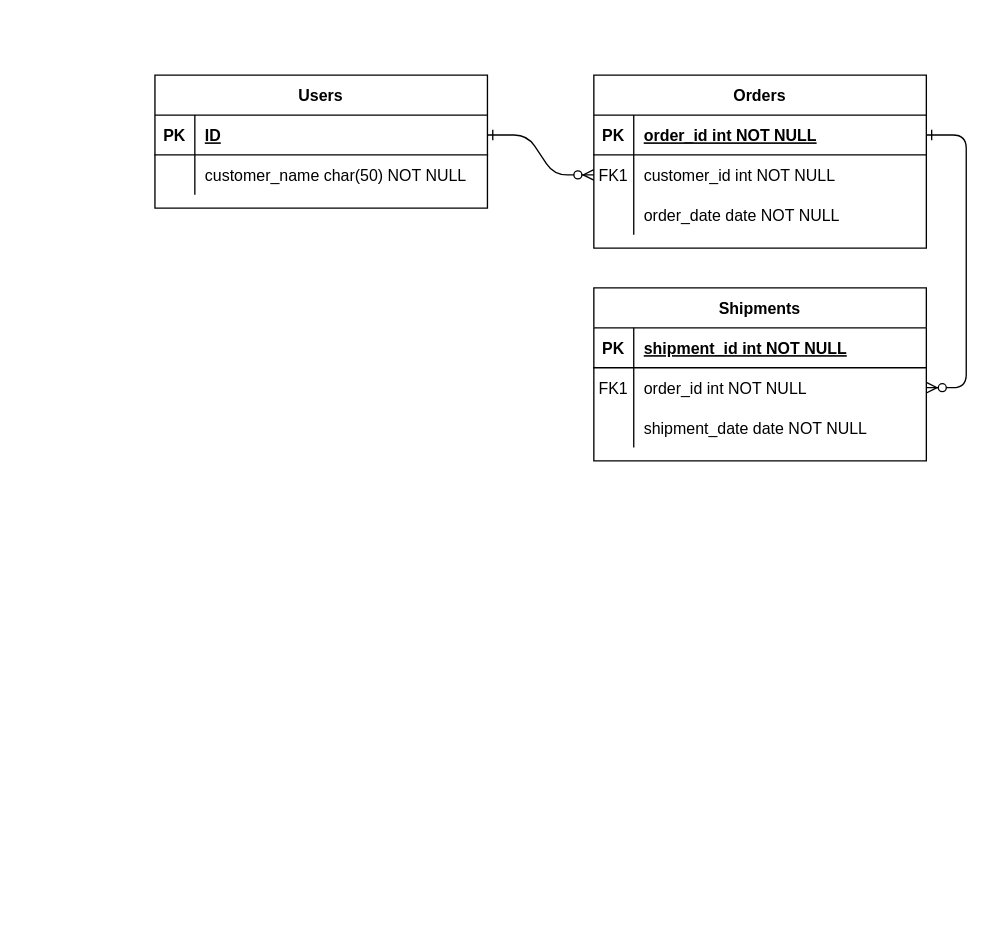
Above: ER.drawio in MaTTalv001/Student_Profile (draw.io), before the change. Source tidied: cells renumbered, new cells numbered last; positions are measured from the earlier drawing's top-left corner, leaving out a move shared by most shapes. Both pictures are drawn from the tidied source at 133%, with x=0, y=0 at pixel (154, 74).
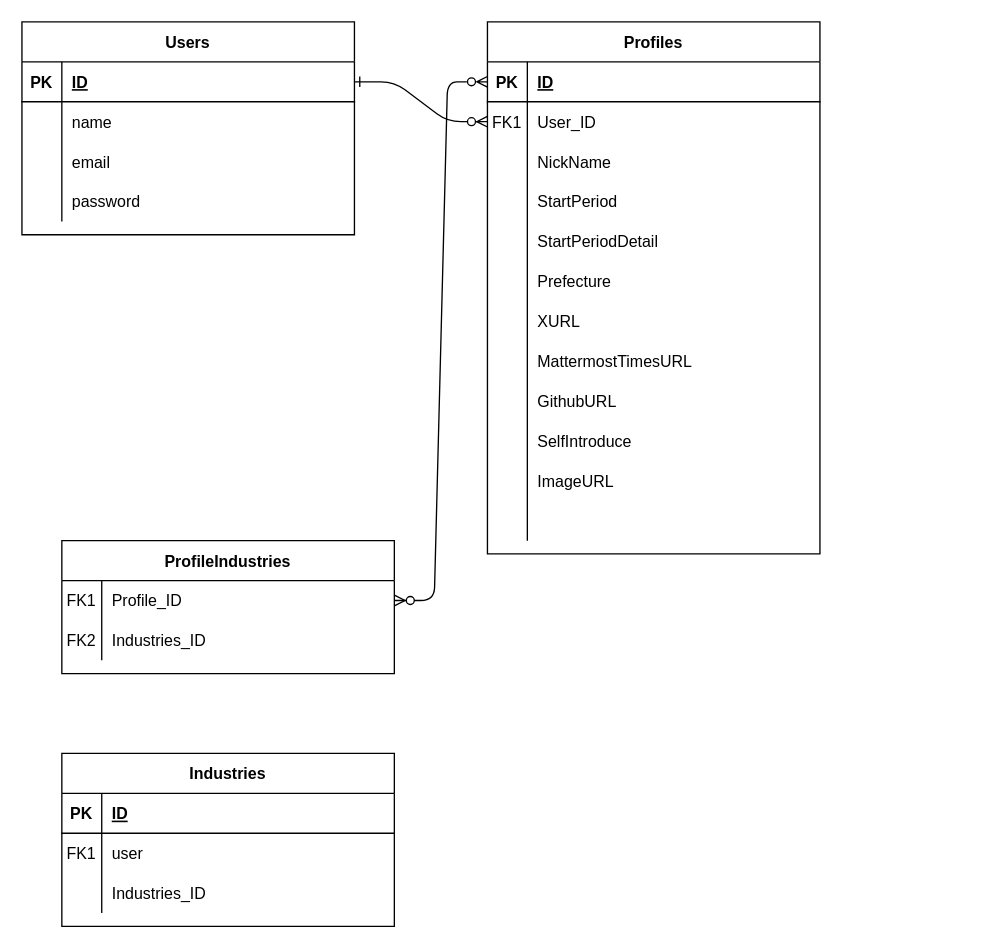
The same page after the edit.

Unchanged cells that the change refers to:
```xml
<mxCell id="5" style="shape=partialRectangle;fillColor=none;points=[[0,0.5],[1,0.5]];portConstraint=eastwest;top=0;left=0;right=0;bottom=1;" parent="4" vertex="1">
  <mxGeometry y="30" width="250" height="30" as="geometry" />
</mxCell>
<mxCell id="8" style="shape=partialRectangle;fillColor=none;points=[[0,0.5],[1,0.5]];portConstraint=eastwest;top=0;left=0;right=0;bottom=0;" parent="4" vertex="1">
  <mxGeometry y="60" width="250" height="30" as="geometry" />
</mxCell>
<mxCell id="11" style="shape=partialRectangle;fillColor=none;top=0;left=0;right=0;bottom=0;" parent="4" vertex="1">
  <mxGeometry y="90" width="250" height="30" as="geometry" />
</mxCell>
<mxCell id="28" style="shape=partialRectangle;fillColor=none;top=0;left=0;right=0;bottom=0;" parent="24" vertex="1">
  <mxGeometry y="60" width="250" height="30" as="geometry" />
</mxCell>
```

What changed in the source:
```diff
@@
-    <mxCell id="3" style="edgeStyle=entityRelationEdgeStyle;endArrow=ERzeroToMany;startArrow=ERone;endFill=1;startFill=0;" parent="1" edge="1" source="5" target="18">
+    <mxCell id="3" style="edgeStyle=entityRelationEdgeStyle;endArrow=ERzeroToMany;startArrow=ERzeroToMany;endFill=1;startFill=0;exitX=0;exitY=0.5;exitDx=0;exitDy=0;" parent="1" edge="1" source="5" target="18">
       <mxGeometry relative="1" as="geometry" />
     </mxCell>
-    <mxCell id="4" value="Orders" style="shape=table;startSize=30;childLayout=tableLayout;rowLines=0;fontStyle=1;align=center;" parent="1" vertex="1">
-      <mxGeometry x="330" width="250" height="130" as="geometry" />
+    <mxCell id="4" value="Profiles" style="shape=table;startSize=30;childLayout=tableLayout;rowLines=0;fontStyle=1;align=center;" parent="1" vertex="1">
+      <mxGeometry x="250" y="-40" width="250" height="400" as="geometry" />
     </mxCell>
@@
-    <mxCell id="7" value="order_id int NOT NULL " style="shape=partialRectangle;overflow=hidden;fillColor=none;top=0;left=0;bottom=0;right=0;align=left;spacingLeft=6;fontStyle=5;" parent="5" vertex="1">
+    <mxCell id="7" value="ID" style="shape=partialRectangle;overflow=hidden;fillColor=none;top=0;left=0;bottom=0;right=0;align=left;spacingLeft=6;fontStyle=5;" parent="5" vertex="1">
       <mxGeometry x="30" width="220" height="30" as="geometry" />
     </mxCell>
@@
-    <mxCell id="10" value="customer_id int NOT NULL" style="shape=partialRectangle;overflow=hidden;fillColor=none;top=0;left=0;bottom=0;right=0;align=left;spacingLeft=6;" parent="8" vertex="1">
+    <mxCell id="10" value="User_ID" style="shape=partialRectangle;overflow=hidden;fillColor=none;top=0;left=0;bottom=0;right=0;align=left;spacingLeft=6;" parent="8" vertex="1">
       <mxGeometry x="30" width="220" height="30" as="geometry" />
     </mxCell>
@@
-    <mxCell id="13" value="order_date date NOT NULL" style="shape=partialRectangle;overflow=hidden;fillColor=none;top=0;left=0;bottom=0;right=0;align=left;spacingLeft=6;" parent="11" vertex="1">
+    <mxCell id="13" value="NickName" style="shape=partialRectangle;overflow=hidden;fillColor=none;top=0;left=0;bottom=0;right=0;align=left;spacingLeft=6;" parent="11" vertex="1">
       <mxGeometry x="30" width="220" height="30" as="geometry" />
     </mxCell>
+    <mxCell id="31" style="shape=partialRectangle;fillColor=none;top=0;left=0;right=0;bottom=0;" parent="4" vertex="1">
+      <mxGeometry y="120" width="250" height="30" as="geometry" />
+    </mxCell>
+    <mxCell id="32" style="shape=partialRectangle;overflow=hidden;fillColor=none;top=0;left=0;bottom=0;right=0;" parent="31" vertex="1">
+      <mxGeometry width="30" height="30" as="geometry" />
+    </mxCell>
+    <mxCell id="33" value="StartPeriod" style="shape=partialRectangle;overflow=hidden;fillColor=none;top=0;left=0;bottom=0;right=0;align=left;spacingLeft=6;" parent="31" vertex="1">
+      <mxGeometry x="30" width="220" height="30" as="geometry" />
+    </mxCell>
+    <mxCell id="34" style="shape=partialRectangle;fillColor=none;top=0;left=0;right=0;bottom=0;" parent="4" vertex="1">
+      <mxGeometry y="150" width="250" height="30" as="geometry" />
+    </mxCell>
+    <mxCell id="35" style="shape=partialRectangle;overflow=hidden;fillColor=none;top=0;left=0;bottom=0;right=0;" parent="34" vertex="1">
+      <mxGeometry width="30" height="30" as="geometry" />
+    </mxCell>
+    <mxCell id="36" value="StartPeriodDetail" style="shape=partialRectangle;overflow=hidden;fillColor=none;top=0;left=0;bottom=0;right=0;align=left;spacingLeft=6;" parent="34" vertex="1">
+      <mxGeometry x="30" width="220" height="30" as="geometry" />
+    </mxCell>
+    <mxCell id="37" style="shape=partialRectangle;fillColor=none;top=0;left=0;right=0;bottom=0;" parent="4" vertex="1">
+      <mxGeometry y="180" width="250" height="30" as="geometry" />
+    </mxCell>
+    <mxCell id="38" style="shape=partialRectangle;overflow=hidden;fillColor=none;top=0;left=0;bottom=0;right=0;" parent="37" vertex="1">
+      <mxGeometry width="30" height="30" as="geometry" />
+    </mxCell>
+    <mxCell id="39" value="Prefecture" style="shape=partialRectangle;overflow=hidden;fillColor=none;top=0;left=0;bottom=0;right=0;align=left;spacingLeft=6;" parent="37" vertex="1">
+      <mxGeometry x="30" width="220" height="30" as="geometry" />
+    </mxCell>
+    <mxCell id="40" style="shape=partialRectangle;fillColor=none;top=0;left=0;right=0;bottom=0;" parent="4" vertex="1">
+      <mxGeometry y="210" width="250" height="30" as="geometry" />
+    </mxCell>
+    <mxCell id="41" style="shape=partialRectangle;overflow=hidden;fillColor=none;top=0;left=0;bottom=0;right=0;" parent="40" vertex="1">
+      <mxGeometry width="30" height="30" as="geometry" />
+    </mxCell>
+    <mxCell id="42" value="XURL" style="shape=partialRectangle;overflow=hidden;fillColor=none;top=0;left=0;bottom=0;right=0;align=left;spacingLeft=6;" parent="40" vertex="1">
+      <mxGeometry x="30" width="220" height="30" as="geometry" />
+    </mxCell>
+    <mxCell id="43" style="shape=partialRectangle;fillColor=none;top=0;left=0;right=0;bottom=0;" parent="4" vertex="1">
+      <mxGeometry y="240" width="250" height="30" as="geometry" />
+    </mxCell>
+    <mxCell id="44" style="shape=partialRectangle;overflow=hidden;fillColor=none;top=0;left=0;bottom=0;right=0;" parent="43" vertex="1">
+      <mxGeometry width="30" height="30" as="geometry" />
+    </mxCell>
+    <mxCell id="45" value="MattermostTimesURL" style="shape=partialRectangle;overflow=hidden;fillColor=none;top=0;left=0;bottom=0;right=0;align=left;spacingLeft=6;" parent="43" vertex="1">
+      <mxGeometry x="30" width="220" height="30" as="geometry" />
+    </mxCell>
+    <mxCell id="46" style="shape=partialRectangle;fillColor=none;top=0;left=0;right=0;bottom=0;" parent="4" vertex="1">
+      <mxGeometry y="270" width="250" height="30" as="geometry" />
+    </mxCell>
+    <mxCell id="47" style="shape=partialRectangle;overflow=hidden;fillColor=none;top=0;left=0;bottom=0;right=0;" parent="46" vertex="1">
+      <mxGeometry width="30" height="30" as="geometry" />
+    </mxCell>
+    <mxCell id="48" value="GithubURL" style="shape=partialRectangle;overflow=hidden;fillColor=none;top=0;left=0;bottom=0;right=0;align=left;spacingLeft=6;" parent="46" vertex="1">
+      <mxGeometry x="30" width="220" height="30" as="geometry" />
+    </mxCell>
+    <mxCell id="49" style="shape=partialRectangle;fillColor=none;top=0;left=0;right=0;bottom=0;" parent="4" vertex="1">
+      <mxGeometry y="300" width="250" height="30" as="geometry" />
+    </mxCell>
+    <mxCell id="50" style="shape=partialRectangle;overflow=hidden;fillColor=none;top=0;left=0;bottom=0;right=0;" parent="49" vertex="1">
+      <mxGeometry width="30" height="30" as="geometry" />
+    </mxCell>
+    <mxCell id="51" value="SelfIntroduce" style="shape=partialRectangle;overflow=hidden;fillColor=none;top=0;left=0;bottom=0;right=0;align=left;spacingLeft=6;" parent="49" vertex="1">
+      <mxGeometry x="30" width="220" height="30" as="geometry" />
+    </mxCell>
+    <mxCell id="52" style="shape=partialRectangle;fillColor=none;top=0;left=0;right=0;bottom=0;" parent="4" vertex="1">
+      <mxGeometry y="330" width="250" height="30" as="geometry" />
+    </mxCell>
+    <mxCell id="53" style="shape=partialRectangle;overflow=hidden;fillColor=none;top=0;left=0;bottom=0;right=0;" parent="52" vertex="1">
+      <mxGeometry width="30" height="30" as="geometry" />
+    </mxCell>
+    <mxCell id="54" value="ImageURL" style="shape=partialRectangle;overflow=hidden;fillColor=none;top=0;left=0;bottom=0;right=0;align=left;spacingLeft=6;" parent="52" vertex="1">
+      <mxGeometry x="30" width="220" height="30" as="geometry" />
+    </mxCell>
+    <mxCell id="55" style="shape=partialRectangle;fillColor=none;top=0;left=0;right=0;bottom=0;" parent="4" vertex="1">
+      <mxGeometry y="360" width="250" height="30" as="geometry" />
+    </mxCell>
+    <mxCell id="56" style="shape=partialRectangle;overflow=hidden;fillColor=none;top=0;left=0;bottom=0;right=0;" parent="55" vertex="1">
+      <mxGeometry width="30" height="30" as="geometry" />
+    </mxCell>
+    <mxCell id="57" style="shape=partialRectangle;overflow=hidden;fillColor=none;top=0;left=0;bottom=0;right=0;align=left;spacingLeft=6;" parent="55" vertex="1">
+      <mxGeometry x="30" width="220" height="30" as="geometry" />
+    </mxCell>
-    <mxCell id="14" value="Shipments" style="shape=table;startSize=30;childLayout=tableLayout;rowLines=0;fontStyle=1;align=center;" parent="1" vertex="1">
-      <mxGeometry x="330" y="160" width="250" height="130" as="geometry" />
+    <mxCell id="14" value="ProfileIndustries" style="shape=table;startSize=30;childLayout=tableLayout;rowLines=0;fontStyle=1;align=center;" parent="1" vertex="1">
+      <mxGeometry x="-70" y="350" width="250" height="100" as="geometry" />
     </mxCell>
-    <mxCell id="15" style="shape=partialRectangle;fillColor=none;top=0;left=0;right=0;bottom=1;" parent="14" vertex="1">
-      <mxGeometry y="30" width="250" height="30" as="geometry" />
-    </mxCell>
-    <mxCell id="16" value="PK" style="shape=partialRectangle;overflow=hidden;fillColor=none;top=0;left=0;bottom=0;right=0;fontStyle=1;" parent="15" vertex="1">
-      <mxGeometry width="30" height="30" as="geometry" />
-    </mxCell>
-    <mxCell id="17" value="shipment_id int NOT NULL " style="shape=partialRectangle;overflow=hidden;fillColor=none;top=0;left=0;bottom=0;right=0;align=left;spacingLeft=6;fontStyle=5;" parent="15" vertex="1">
-      <mxGeometry x="30" width="220" height="30" as="geometry" />
-    </mxCell>
     <mxCell id="18" style="shape=partialRectangle;fillColor=none;points=[[0,0.5],[1,0.5]];portConstraint=eastwest;top=0;left=0;right=0;bottom=0;" parent="14" vertex="1">
-      <mxGeometry y="60" width="250" height="30" as="geometry" />
+      <mxGeometry y="30" width="250" height="30" as="geometry" />
     </mxCell>
@@
-    <mxCell id="20" value="order_id int NOT NULL" style="shape=partialRectangle;overflow=hidden;fillColor=none;top=0;left=0;bottom=0;right=0;align=left;spacingLeft=6;" parent="18" vertex="1">
+    <mxCell id="20" value="Profile_ID" style="shape=partialRectangle;overflow=hidden;fillColor=none;top=0;left=0;bottom=0;right=0;align=left;spacingLeft=6;" parent="18" vertex="1">
       <mxGeometry x="30" width="220" height="30" as="geometry" />
     </mxCell>
-    <mxCell id="21" style="shape=partialRectangle;fillColor=none;top=0;left=0;right=0;bottom=0;" parent="14" vertex="1">
-      <mxGeometry y="90" width="250" height="30" as="geometry" />
-    </mxCell>
-    <mxCell id="22" style="shape=partialRectangle;overflow=hidden;fillColor=none;top=0;left=0;bottom=0;right=0;" parent="21" vertex="1">
-      <mxGeometry width="30" height="30" as="geometry" />
-    </mxCell>
-    <mxCell id="23" value="shipment_date date NOT NULL" style="shape=partialRectangle;overflow=hidden;fillColor=none;top=0;left=0;bottom=0;right=0;align=left;spacingLeft=6;" parent="21" vertex="1">
-      <mxGeometry x="30" width="220" height="30" as="geometry" />
-    </mxCell>
+    <mxCell id="58" style="shape=partialRectangle;fillColor=none;top=0;left=0;right=0;bottom=0;" parent="14" vertex="1">
+      <mxGeometry y="60" width="250" height="30" as="geometry" />
+    </mxCell>
+    <mxCell id="59" value="FK2" style="shape=partialRectangle;overflow=hidden;fillColor=none;top=0;left=0;bottom=0;right=0;" parent="58" vertex="1">
+      <mxGeometry width="30" height="30" as="geometry" />
+    </mxCell>
+    <mxCell id="60" value="Industries_ID" style="shape=partialRectangle;overflow=hidden;fillColor=none;top=0;left=0;bottom=0;right=0;align=left;spacingLeft=6;" parent="58" vertex="1">
+      <mxGeometry x="30" width="220" height="30" as="geometry" />
+    </mxCell>
     <mxCell id="24" value="Users" style="shape=table;startSize=30;childLayout=tableLayout;rowLines=0;fontStyle=1;align=center;" parent="1" vertex="1">
-      <mxGeometry width="250" height="100" as="geometry" />
+      <mxGeometry x="-100" y="-40" width="250" height="160" as="geometry" />
     </mxCell>
@@
-    <mxCell id="30" value="customer_name char(50) NOT NULL" style="shape=partialRectangle;overflow=hidden;fillColor=none;top=0;left=0;bottom=0;right=0;align=left;spacingLeft=6;" parent="28" vertex="1">
+    <mxCell id="30" value="name" style="shape=partialRectangle;overflow=hidden;fillColor=none;top=0;left=0;bottom=0;right=0;align=left;spacingLeft=6;" parent="28" vertex="1">
       <mxGeometry x="30" width="220" height="30" as="geometry" />
     </mxCell>
+    <mxCell id="61" style="shape=partialRectangle;fillColor=none;top=0;left=0;right=0;bottom=0;" parent="24" vertex="1">
+      <mxGeometry y="90" width="250" height="30" as="geometry" />
+    </mxCell>
+    <mxCell id="62" style="shape=partialRectangle;overflow=hidden;fillColor=none;top=0;left=0;bottom=0;right=0;" parent="61" vertex="1">
+      <mxGeometry width="30" height="30" as="geometry" />
+    </mxCell>
+    <mxCell id="63" value="email" style="shape=partialRectangle;overflow=hidden;fillColor=none;top=0;left=0;bottom=0;right=0;align=left;spacingLeft=6;" parent="61" vertex="1">
+      <mxGeometry x="30" width="220" height="30" as="geometry" />
+    </mxCell>
+    <mxCell id="64" style="shape=partialRectangle;fillColor=none;top=0;left=0;right=0;bottom=0;" parent="24" vertex="1">
+      <mxGeometry y="120" width="250" height="30" as="geometry" />
+    </mxCell>
+    <mxCell id="65" style="shape=partialRectangle;overflow=hidden;fillColor=none;top=0;left=0;bottom=0;right=0;" parent="64" vertex="1">
+      <mxGeometry width="30" height="30" as="geometry" />
+    </mxCell>
+    <mxCell id="66" value="password" style="shape=partialRectangle;overflow=hidden;fillColor=none;top=0;left=0;bottom=0;right=0;align=left;spacingLeft=6;" parent="64" vertex="1">
+      <mxGeometry x="30" width="220" height="30" as="geometry" />
+    </mxCell>
+    <mxCell id="67" value="Industries" style="shape=table;startSize=30;childLayout=tableLayout;rowLines=0;fontStyle=1;align=center;" parent="1" vertex="1">
+      <mxGeometry x="-70" y="510" width="250" height="130" as="geometry" />
+    </mxCell>
+    <mxCell id="15" style="shape=partialRectangle;fillColor=none;top=0;left=0;right=0;bottom=1;" parent="67" vertex="1">
+      <mxGeometry y="30" width="250" height="30" as="geometry" />
+    </mxCell>
+    <mxCell id="16" value="PK" style="shape=partialRectangle;overflow=hidden;fillColor=none;top=0;left=0;bottom=0;right=0;fontStyle=1;" parent="15" vertex="1">
+      <mxGeometry width="30" height="30" as="geometry" />
+    </mxCell>
+    <mxCell id="68" value="ID" style="shape=partialRectangle;overflow=hidden;fillColor=none;top=0;left=0;bottom=0;right=0;align=left;spacingLeft=6;fontStyle=5;" parent="15" vertex="1">
+      <mxGeometry x="30" width="220" height="30" as="geometry" />
+    </mxCell>
+    <mxCell id="69" style="shape=partialRectangle;fillColor=none;top=0;left=0;right=0;bottom=0;" parent="67" vertex="1">
+      <mxGeometry y="60" width="250" height="30" as="geometry" />
+    </mxCell>
+    <mxCell id="70" value="FK1" style="shape=partialRectangle;overflow=hidden;fillColor=none;top=0;left=0;bottom=0;right=0;" parent="69" vertex="1">
+      <mxGeometry width="30" height="30" as="geometry" />
+    </mxCell>
+    <mxCell id="71" value="user" style="shape=partialRectangle;overflow=hidden;fillColor=none;top=0;left=0;bottom=0;right=0;align=left;spacingLeft=6;" parent="69" vertex="1">
+      <mxGeometry x="30" width="220" height="30" as="geometry" />
+    </mxCell>
+    <mxCell id="72" style="shape=partialRectangle;fillColor=none;top=0;left=0;right=0;bottom=0;" parent="67" vertex="1">
+      <mxGeometry y="90" width="250" height="30" as="geometry" />
+    </mxCell>
+    <mxCell id="73" style="shape=partialRectangle;overflow=hidden;fillColor=none;top=0;left=0;bottom=0;right=0;" parent="72" vertex="1">
+      <mxGeometry width="30" height="30" as="geometry" />
+    </mxCell>
+    <mxCell id="74" value="Industries_ID" style="shape=partialRectangle;overflow=hidden;fillColor=none;top=0;left=0;bottom=0;right=0;align=left;spacingLeft=6;" parent="72" vertex="1">
+      <mxGeometry x="30" width="220" height="30" as="geometry" />
+    </mxCell>
```
